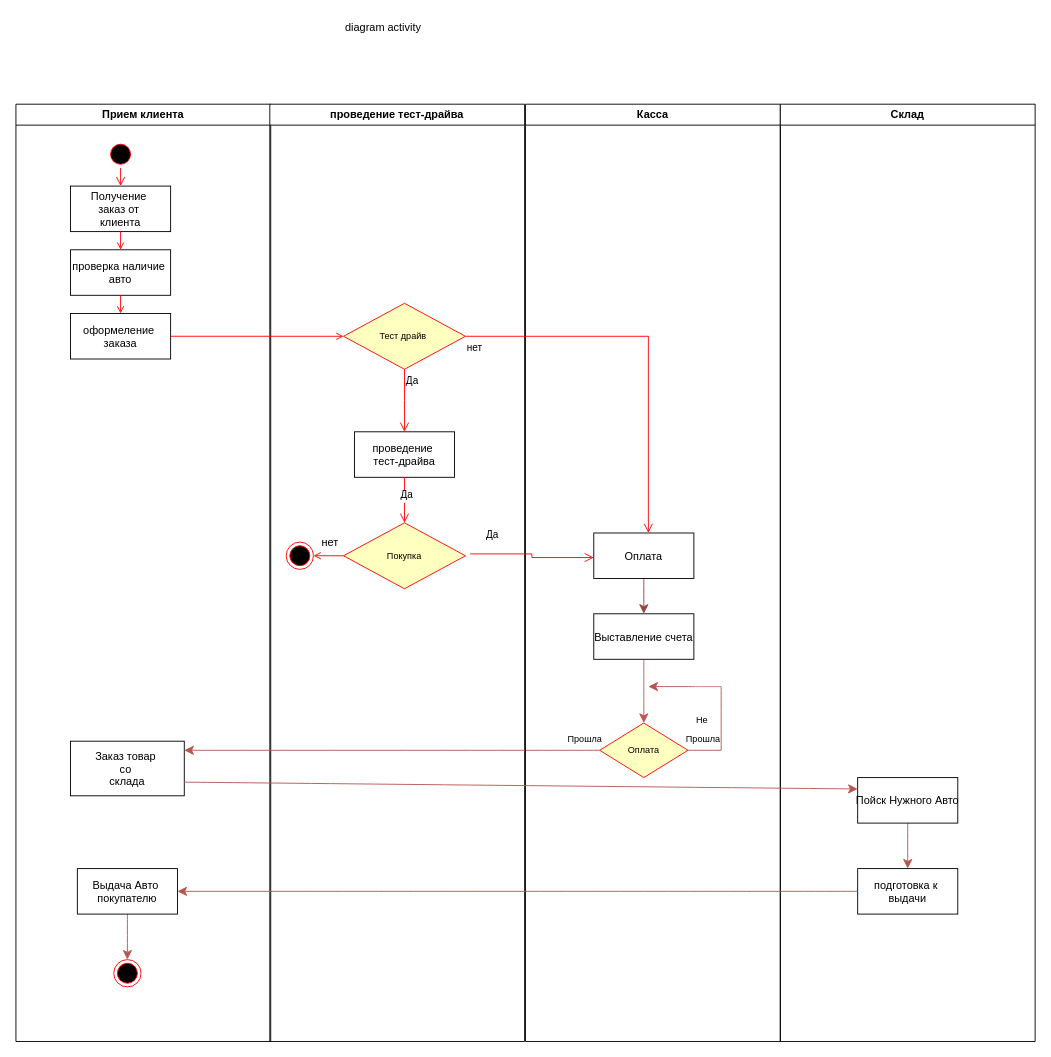
The draw.io diagram Masa_activity_diagram.drawio in mati-tech/draw.io, before the edit. Source tidied: cells renumbered, new cells numbered last; positions are measured from the earlier drawing's top-left corner, leaving out a move shared by most shapes. Both pictures are drawn from the tidied source at 91%, with x=0, y=0 at pixel (15, 15).
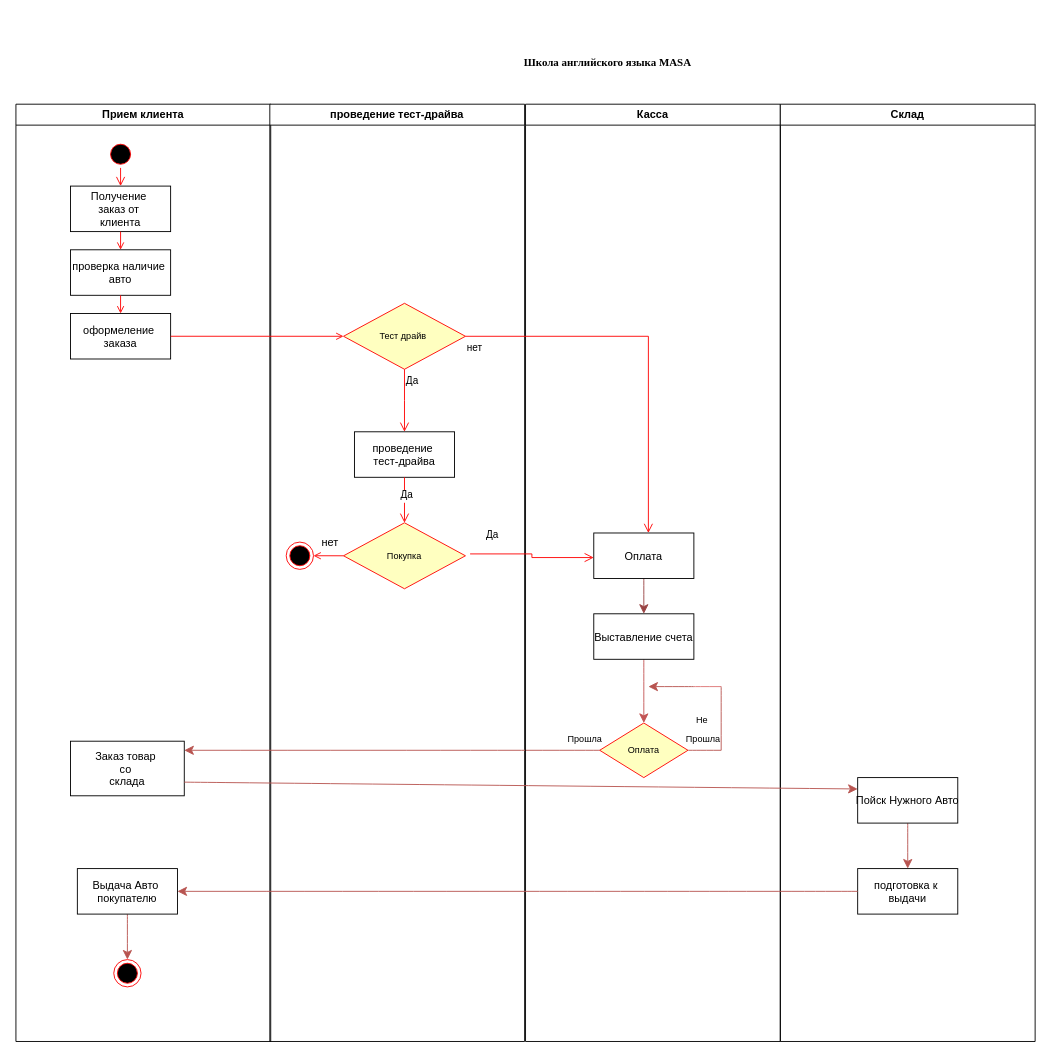
The same diagram, later.

Change to the diagram source:
```diff
@@
-    <mxCell id="45" value="diagram activity&amp;nbsp;&lt;div&gt;&lt;br&gt;&lt;/div&gt;" style="text;html=1;align=center;verticalAlign=middle;strokeColor=none;fillColor=none;" parent="1" vertex="1">
-      <mxGeometry x="350" width="110" height="40" as="geometry" />
-    </mxCell>
+    <mxCell id="46" value="&lt;span style=&quot;font-weight: 700;&quot;&gt;&lt;font face=&quot;Times New Roman&quot;&gt;Школа английского языка MASA&lt;/font&gt;&lt;/span&gt;" style="text;html=1;align=center;verticalAlign=middle;strokeColor=none;fillColor=none;" parent="1" vertex="1">
+      <mxGeometry x="545" y="37" width="210" height="30" as="geometry" />
+    </mxCell>
```
